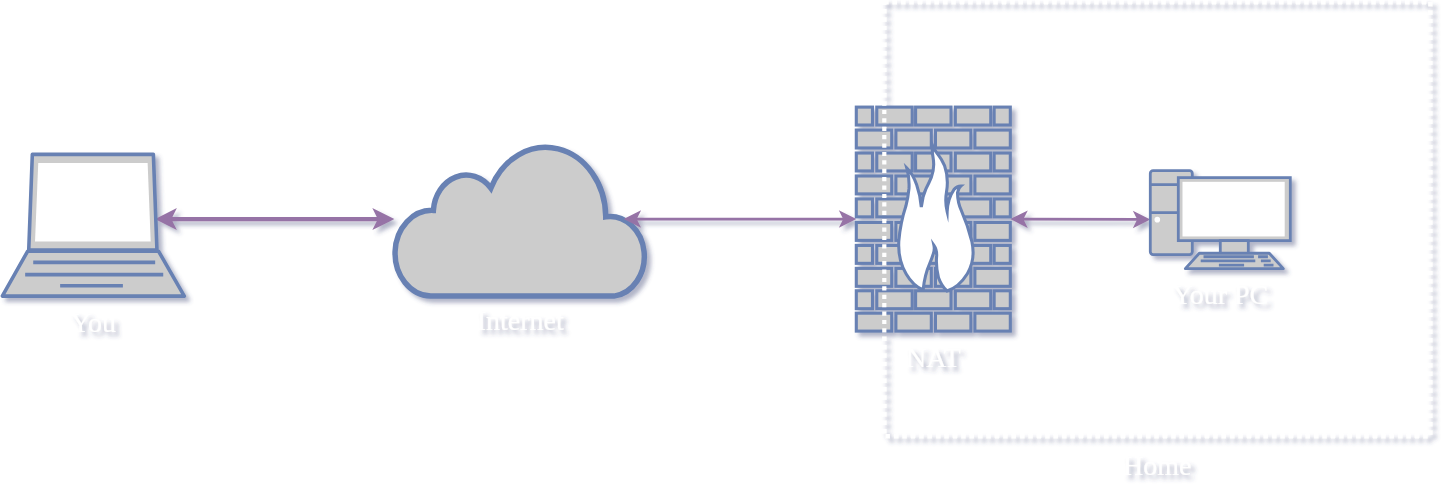
Above: static/img/wireguard-quickstart-priv.svg in decaby7e/website (draw.io), before the change. Source tidied: cells renumbered, new cells last; positions are measured from the earlier drawing's top-left corner, leaving out a move shared by most shapes.
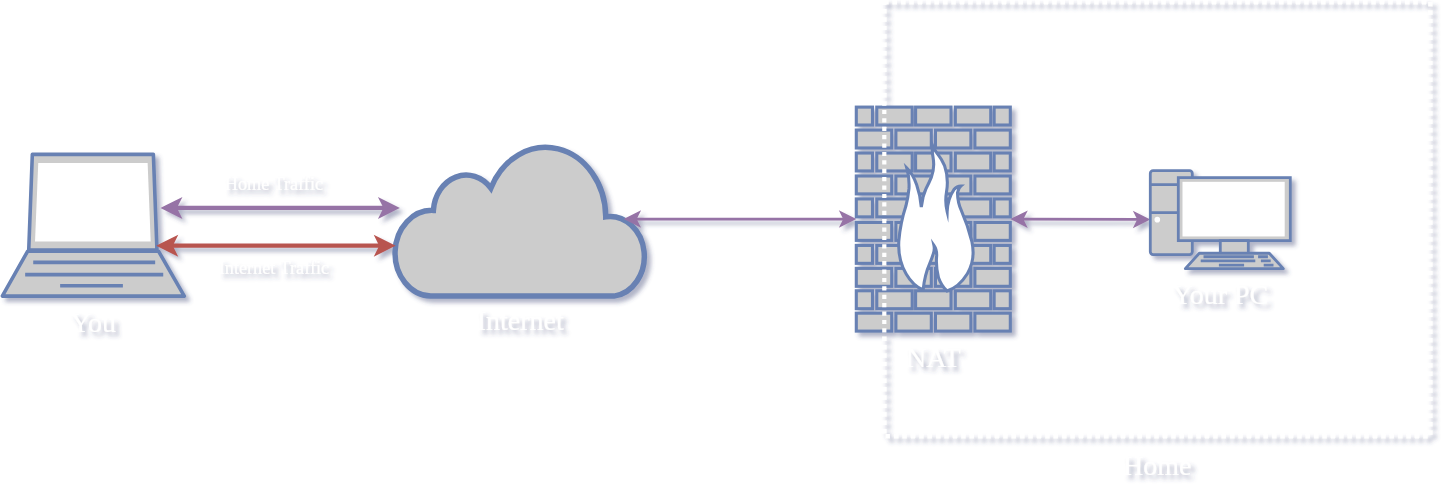
The same file after the commit.

Commit message:
✨ Finished Wireguard Quickstart

Change to the diagram source:
```diff
@@ -2,9 +2,10 @@
   <root>
     <mxCell id="0" />
     <mxCell id="1" parent="0" />
-    <mxCell id="2" style="rounded=0;jettySize=auto;html=1;strokeWidth=3;startArrow=classic;startFill=1;strokeColor=#9673a6;fillColor=#e1d5e7;" parent="1" edge="1" target="4">
+    <mxCell id="2" style="rounded=0;orthogonalLoop=1;jettySize=auto;html=1;strokeWidth=3;startArrow=classic;startFill=1;strokeColor=#9673a6;fillColor=#e1d5e7;" parent="1" edge="1">
       <mxGeometry relative="1" as="geometry">
-        <mxPoint x="109" y="155" as="sourcePoint" />
+        <mxPoint x="113" y="147" as="sourcePoint" />
+        <mxPoint x="284" y="147" as="targetPoint" />
       </mxGeometry>
     </mxCell>
     <mxCell id="3" value="&lt;font style=&quot;font-size: 20px&quot; face=&quot;fira code&quot; color=&quot;#ffffff&quot;&gt;You&lt;/font&gt;" style="fontColor=#0066CC;verticalAlign=top;verticalLabelPosition=bottom;labelPosition=center;align=center;html=1;fillColor=#CCCCCC;strokeColor=#6881B3;gradientColor=none;gradientDirection=north;strokeWidth=2;shape=mxgraph.networks.laptop;" parent="1" vertex="1">
@@ -34,5 +35,17 @@
     <mxCell id="11" value="&lt;font style=&quot;font-size: 20px&quot; face=&quot;fira code&quot; color=&quot;#ffffff&quot;&gt;Home&lt;/font&gt;" style="text;html=1;align=center;verticalAlign=middle;" parent="9" vertex="1">
       <mxGeometry x="165" y="320" width="60" height="20" as="geometry" />
     </mxCell>
+    <mxCell id="12" value="&lt;font style=&quot;font-size: 13px&quot; face=&quot;fira code&quot; color=&quot;#ffffff&quot;&gt;Home Traffic&lt;/font&gt;" style="text;html=1;align=center;verticalAlign=middle;" parent="1" vertex="1">
+      <mxGeometry x="139" y="120.4" width="110" height="20" as="geometry" />
+    </mxCell>
+    <mxCell id="13" style="rounded=0;orthogonalLoop=1;jettySize=auto;html=1;strokeWidth=3;startArrow=classic;startFill=1;strokeColor=#b85450;fillColor=#f8cecc;" parent="1" edge="1">
+      <mxGeometry relative="1" as="geometry">
+        <mxPoint x="110" y="174" as="sourcePoint" />
+        <mxPoint x="281" y="174" as="targetPoint" />
+      </mxGeometry>
+    </mxCell>
+    <mxCell id="14" value="&lt;font style=&quot;font-size: 13px&quot; face=&quot;fira code&quot; color=&quot;#ffffff&quot;&gt;Internet Traffic&lt;/font&gt;" style="text;html=1;align=center;verticalAlign=middle;" parent="1" vertex="1">
+      <mxGeometry x="124" y="180" width="140" height="20" as="geometry" />
+    </mxCell>
   </root>
 </mxGraphModel>
```
